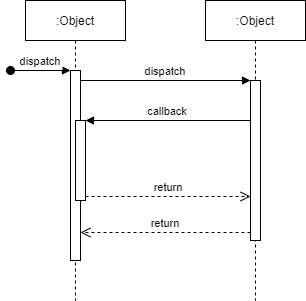
This is Sequence Diagram.png from HyeminBaek/Software_engineering_HW, a draw.io export, as it was before one commit. Source tidied: cells renumbered, new cells last; positions are measured from the earlier drawing's top-left corner, leaving out a move shared by most shapes. Source of this version:
```xml
<mxGraphModel>
  <root>
    <mxCell id="0" />
    <mxCell id="1" parent="0" />
    <mxCell id="2" value=":Object" style="shape=umlLifeline;perimeter=lifelinePerimeter;rounded=0;shadow=0;strokeWidth=1;" parent="1" vertex="1">
      <mxGeometry x="15" width="100" height="300" as="geometry" />
    </mxCell>
    <mxCell id="3" style="points=[];perimeter=orthogonalPerimeter;rounded=0;shadow=0;strokeWidth=1;" parent="2" vertex="1">
      <mxGeometry x="45" y="70" width="10" height="190" as="geometry" />
    </mxCell>
    <mxCell id="4" value="dispatch" style="verticalAlign=bottom;startArrow=oval;endArrow=block;startSize=8;shadow=0;strokeWidth=1;" parent="2" edge="1" target="3">
      <mxGeometry relative="1" as="geometry">
        <mxPoint x="-15" y="70" as="sourcePoint" />
      </mxGeometry>
    </mxCell>
    <mxCell id="5" style="points=[];perimeter=orthogonalPerimeter;rounded=0;shadow=0;strokeWidth=1;" parent="2" vertex="1">
      <mxGeometry x="50" y="120" width="10" height="80" as="geometry" />
    </mxCell>
    <mxCell id="6" value=":Object" style="shape=umlLifeline;perimeter=lifelinePerimeter;rounded=0;shadow=0;strokeWidth=1;" parent="1" vertex="1">
      <mxGeometry x="195" width="100" height="300" as="geometry" />
    </mxCell>
    <mxCell id="7" style="points=[];perimeter=orthogonalPerimeter;rounded=0;shadow=0;strokeWidth=1;" parent="6" vertex="1">
      <mxGeometry x="45" y="80" width="10" height="160" as="geometry" />
    </mxCell>
    <mxCell id="8" value="return" style="verticalAlign=bottom;endArrow=open;dashed=1;endSize=8;exitX=0;exitY=0.95;shadow=0;strokeWidth=1;" parent="1" edge="1" source="7" target="3">
      <mxGeometry relative="1" as="geometry" />
    </mxCell>
    <mxCell id="9" value="dispatch" style="verticalAlign=bottom;endArrow=block;entryX=0;entryY=0;shadow=0;strokeWidth=1;" parent="1" edge="1" source="3" target="7">
      <mxGeometry relative="1" as="geometry" />
    </mxCell>
    <mxCell id="10" value="callback" style="verticalAlign=bottom;endArrow=block;entryX=1;entryY=0;shadow=0;strokeWidth=1;" parent="1" edge="1" source="7" target="5">
      <mxGeometry relative="1" as="geometry" />
    </mxCell>
    <mxCell id="11" value="return" style="verticalAlign=bottom;endArrow=open;dashed=1;endSize=8;exitX=1;exitY=0.95;shadow=0;strokeWidth=1;" parent="1" edge="1" source="5" target="7">
      <mxGeometry relative="1" as="geometry" />
    </mxCell>
  </root>
</mxGraphModel>
```
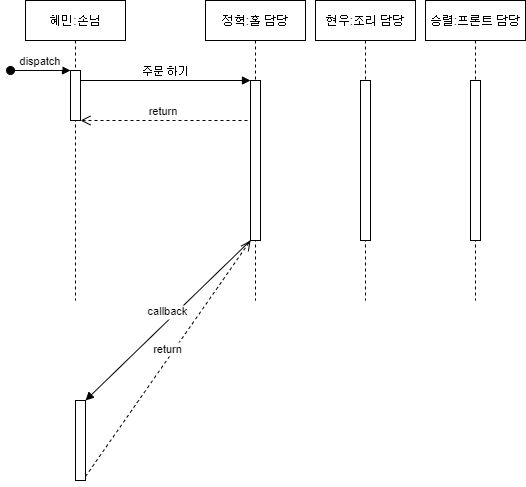
After the change.

The edit, as a diff of the source:
```diff
@@ -2,30 +2,27 @@
   <root>
     <mxCell id="0" />
     <mxCell id="1" parent="0" />
-    <mxCell id="2" value=":Object" style="shape=umlLifeline;perimeter=lifelinePerimeter;rounded=0;shadow=0;strokeWidth=1;" parent="1" vertex="1">
+    <mxCell id="2" value="혜민:손님" style="shape=umlLifeline;perimeter=lifelinePerimeter;rounded=0;shadow=0;strokeWidth=1;" parent="1" vertex="1">
       <mxGeometry x="15" width="100" height="300" as="geometry" />
     </mxCell>
     <mxCell id="3" style="points=[];perimeter=orthogonalPerimeter;rounded=0;shadow=0;strokeWidth=1;" parent="2" vertex="1">
-      <mxGeometry x="45" y="70" width="10" height="190" as="geometry" />
+      <mxGeometry x="45" y="70" width="10" height="50" as="geometry" />
     </mxCell>
     <mxCell id="4" value="dispatch" style="verticalAlign=bottom;startArrow=oval;endArrow=block;startSize=8;shadow=0;strokeWidth=1;" parent="2" edge="1" target="3">
       <mxGeometry relative="1" as="geometry">
         <mxPoint x="-15" y="70" as="sourcePoint" />
       </mxGeometry>
     </mxCell>
-    <mxCell id="5" style="points=[];perimeter=orthogonalPerimeter;rounded=0;shadow=0;strokeWidth=1;" parent="2" vertex="1">
-      <mxGeometry x="50" y="120" width="10" height="80" as="geometry" />
-    </mxCell>
-    <mxCell id="6" value=":Object" style="shape=umlLifeline;perimeter=lifelinePerimeter;rounded=0;shadow=0;strokeWidth=1;" parent="1" vertex="1">
+    <mxCell id="6" value="정혁:홀 담당" style="shape=umlLifeline;perimeter=lifelinePerimeter;rounded=0;shadow=0;strokeWidth=1;" parent="1" vertex="1">
       <mxGeometry x="195" width="100" height="300" as="geometry" />
     </mxCell>
     <mxCell id="7" style="points=[];perimeter=orthogonalPerimeter;rounded=0;shadow=0;strokeWidth=1;" parent="6" vertex="1">
       <mxGeometry x="45" y="80" width="10" height="160" as="geometry" />
     </mxCell>
-    <mxCell id="8" value="return" style="verticalAlign=bottom;endArrow=open;dashed=1;endSize=8;exitX=0;exitY=0.95;shadow=0;strokeWidth=1;" parent="1" edge="1" source="7" target="3">
+    <mxCell id="8" value="return" style="verticalAlign=bottom;endArrow=open;dashed=1;endSize=8;exitX=-0.3;exitY=0.25;shadow=0;strokeWidth=1;exitDx=0;exitDy=0;exitPerimeter=0;" parent="1" edge="1" source="7" target="3">
       <mxGeometry relative="1" as="geometry" />
     </mxCell>
-    <mxCell id="9" value="dispatch" style="verticalAlign=bottom;endArrow=block;entryX=0;entryY=0;shadow=0;strokeWidth=1;" parent="1" edge="1" source="3" target="7">
+    <mxCell id="9" value="주문 하기" style="verticalAlign=bottom;endArrow=block;entryX=0;entryY=0;shadow=0;strokeWidth=1;" parent="1" edge="1" source="3" target="7">
       <mxGeometry relative="1" as="geometry" />
     </mxCell>
     <mxCell id="10" value="callback" style="verticalAlign=bottom;endArrow=block;entryX=1;entryY=0;shadow=0;strokeWidth=1;" parent="1" edge="1" source="7" target="5">
@@ -34,5 +31,20 @@
     <mxCell id="11" value="return" style="verticalAlign=bottom;endArrow=open;dashed=1;endSize=8;exitX=1;exitY=0.95;shadow=0;strokeWidth=1;" parent="1" edge="1" source="5" target="7">
       <mxGeometry relative="1" as="geometry" />
     </mxCell>
+    <mxCell id="12" value="현우:조리 담당" style="shape=umlLifeline;perimeter=lifelinePerimeter;rounded=0;shadow=0;strokeWidth=1;" parent="1" vertex="1">
+      <mxGeometry x="305" width="100" height="300" as="geometry" />
+    </mxCell>
+    <mxCell id="13" style="perimeter=orthogonalPerimeter;rounded=0;shadow=0;strokeWidth=1;" parent="12" vertex="1">
+      <mxGeometry x="45" y="80" width="10" height="160" as="geometry" />
+    </mxCell>
+    <mxCell id="14" value="승렬:프론트 담당" style="shape=umlLifeline;perimeter=lifelinePerimeter;rounded=0;shadow=0;strokeWidth=1;" parent="1" vertex="1">
+      <mxGeometry x="415" width="100" height="300" as="geometry" />
+    </mxCell>
+    <mxCell id="15" style="perimeter=orthogonalPerimeter;rounded=0;shadow=0;strokeWidth=1;" parent="14" vertex="1">
+      <mxGeometry x="45" y="80" width="10" height="160" as="geometry" />
+    </mxCell>
+    <mxCell id="5" style="points=[];perimeter=orthogonalPerimeter;rounded=0;shadow=0;strokeWidth=1;" parent="1" vertex="1">
+      <mxGeometry x="65" y="400" width="10" height="80" as="geometry" />
+    </mxCell>
   </root>
 </mxGraphModel>
```
